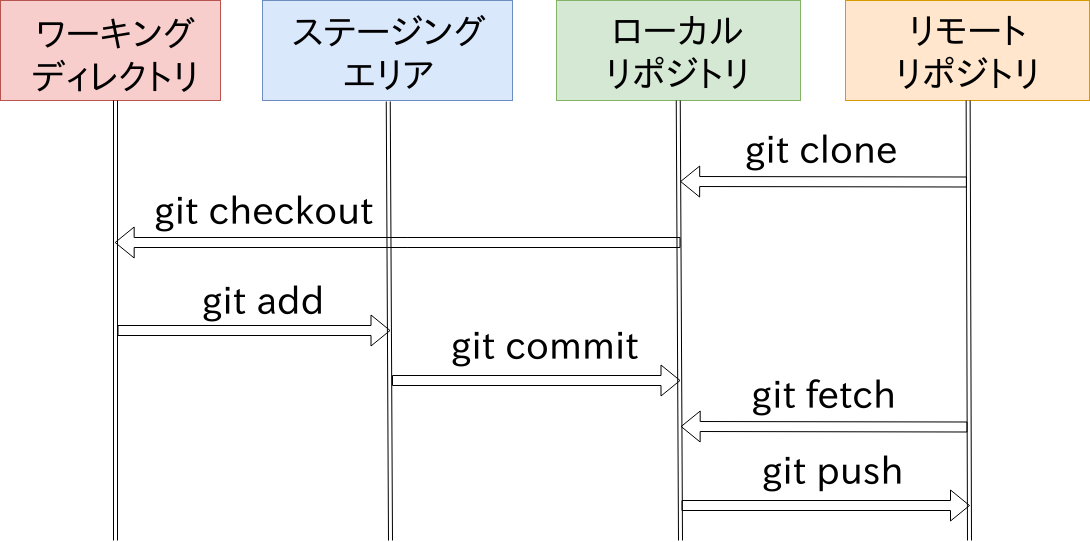
OriishiTakahiro/git-intro keeps this draw.io diagram as img/chap2/workflow.png. Above is the earlier version. Source tidied: cells renumbered, new cells last; positions are measured from the earlier drawing's top-left corner, leaving out a move shared by most shapes. Its diagram source:
```xml
<mxGraphModel>
  <root>
    <mxCell id="0" />
    <mxCell id="1" parent="0" />
    <mxCell id="2" style="rounded=0;whiteSpace=wrap;html=1;fillColor=#f8cecc;strokeColor=#b85450;" parent="1" vertex="1">
      <mxGeometry width="220" height="100" as="geometry" />
    </mxCell>
    <mxCell id="3" style="edgeStyle=none;shape=link;rounded=0;jettySize=auto;html=1;fontSize=13;" parent="1" edge="1" source="4">
      <mxGeometry relative="1" as="geometry">
        <mxPoint x="115" y="540" as="targetPoint" />
      </mxGeometry>
    </mxCell>
    <mxCell id="4" value="&lt;font style=&quot;font-size: 36px&quot;&gt;ワーキング&lt;br&gt;ディレクトリ&lt;/font&gt;" style="text;html=1;strokeColor=none;fillColor=none;align=center;verticalAlign=middle;whiteSpace=wrap;rounded=0;fontSize=13;" parent="1" vertex="1">
      <mxGeometry x="25" y="5" width="180" height="95" as="geometry" />
    </mxCell>
    <mxCell id="5" style="rounded=0;whiteSpace=wrap;html=1;fillColor=#dae8fc;strokeColor=#6c8ebf;" parent="1" vertex="1">
      <mxGeometry x="262" width="250" height="100" as="geometry" />
    </mxCell>
    <mxCell id="6" style="edgeStyle=none;shape=link;rounded=0;jettySize=auto;html=1;fontSize=13;" parent="1" edge="1" source="7">
      <mxGeometry relative="1" as="geometry">
        <mxPoint x="390" y="540" as="targetPoint" />
      </mxGeometry>
    </mxCell>
    <mxCell id="7" value="&lt;span style=&quot;font-size: 36px&quot;&gt;ステージング&lt;br&gt;エリア&lt;/span&gt;" style="text;html=1;strokeColor=none;fillColor=none;align=center;verticalAlign=middle;whiteSpace=wrap;rounded=0;fontSize=13;" parent="1" vertex="1">
      <mxGeometry x="281" width="213" height="101" as="geometry" />
    </mxCell>
    <mxCell id="8" style="rounded=0;whiteSpace=wrap;html=1;fillColor=#d5e8d4;strokeColor=#82b366;" parent="1" vertex="1">
      <mxGeometry x="556" width="244" height="100" as="geometry" />
    </mxCell>
    <mxCell id="9" style="edgeStyle=none;shape=link;rounded=0;jettySize=auto;html=1;fontSize=13;" parent="1" edge="1" source="11">
      <mxGeometry relative="1" as="geometry">
        <mxPoint x="680" y="540" as="targetPoint" />
      </mxGeometry>
    </mxCell>
    <mxCell id="10" style="edgeStyle=none;shape=flexArrow;rounded=0;orthogonalLoop=1;jettySize=auto;html=1;entryX=0.5;entryY=1;entryDx=0;entryDy=0;fontSize=13;" parent="1" edge="1">
      <mxGeometry relative="1" as="geometry">
        <mxPoint x="680" y="242" as="sourcePoint" />
        <mxPoint x="114.2" y="242" as="targetPoint" />
      </mxGeometry>
    </mxCell>
    <mxCell id="11" value="&lt;font style=&quot;font-size: 36px&quot;&gt;ローカル&lt;br&gt;リポジトリ&lt;/font&gt;" style="text;html=1;strokeColor=none;fillColor=none;align=center;verticalAlign=middle;whiteSpace=wrap;rounded=0;fontSize=13;" parent="1" vertex="1">
      <mxGeometry x="576" width="203" height="100" as="geometry" />
    </mxCell>
    <mxCell id="12" value="&lt;span style=&quot;font-size: 38px&quot;&gt;git checkout&lt;/span&gt;" style="text;html=1;strokeColor=none;fillColor=none;align=center;verticalAlign=middle;whiteSpace=wrap;rounded=0;fontSize=13;" parent="1" vertex="1">
      <mxGeometry x="147" y="182" width="230" height="56" as="geometry" />
    </mxCell>
    <mxCell id="13" style="edgeStyle=none;shape=flexArrow;rounded=0;orthogonalLoop=1;jettySize=auto;html=1;fontSize=13;" parent="1" edge="1">
      <mxGeometry relative="1" as="geometry">
        <mxPoint x="117" y="330" as="sourcePoint" />
        <mxPoint x="390" y="330" as="targetPoint" />
      </mxGeometry>
    </mxCell>
    <mxCell id="14" value="&lt;span style=&quot;font-size: 38px&quot;&gt;git add&lt;/span&gt;" style="text;html=1;strokeColor=none;fillColor=none;align=center;verticalAlign=middle;whiteSpace=wrap;rounded=0;fontSize=13;" parent="1" vertex="1">
      <mxGeometry x="177" y="271.5" width="170" height="57" as="geometry" />
    </mxCell>
    <mxCell id="15" style="edgeStyle=none;shape=flexArrow;rounded=0;orthogonalLoop=1;jettySize=auto;html=1;fontSize=13;" parent="1" edge="1">
      <mxGeometry relative="1" as="geometry">
        <mxPoint x="391.5" y="380" as="sourcePoint" />
        <mxPoint x="680" y="380" as="targetPoint" />
      </mxGeometry>
    </mxCell>
    <mxCell id="16" value="&lt;span style=&quot;font-size: 38px&quot;&gt;git commit&lt;/span&gt;" style="text;html=1;strokeColor=none;fillColor=none;align=center;verticalAlign=middle;whiteSpace=wrap;rounded=0;fontSize=13;" parent="1" vertex="1">
      <mxGeometry x="440" y="320" width="209" height="50" as="geometry" />
    </mxCell>
    <mxCell id="17" style="rounded=0;whiteSpace=wrap;html=1;fillColor=#ffe6cc;strokeColor=#d79b00;" parent="1" vertex="1">
      <mxGeometry x="845" width="244" height="100" as="geometry" />
    </mxCell>
    <mxCell id="18" style="edgeStyle=none;shape=link;rounded=0;jettySize=auto;html=1;fontSize=13;" parent="1" edge="1" source="19">
      <mxGeometry relative="1" as="geometry">
        <mxPoint x="969" y="540" as="targetPoint" />
      </mxGeometry>
    </mxCell>
    <mxCell id="19" value="&lt;span style=&quot;font-size: 36px&quot;&gt;リモート&lt;br&gt;リポジトリ&lt;br&gt;&lt;/span&gt;" style="text;html=1;strokeColor=none;fillColor=none;align=center;verticalAlign=middle;whiteSpace=wrap;rounded=0;fontSize=13;" parent="1" vertex="1">
      <mxGeometry x="866" width="203" height="100" as="geometry" />
    </mxCell>
    <mxCell id="20" style="edgeStyle=none;shape=flexArrow;rounded=0;orthogonalLoop=1;jettySize=auto;html=1;entryX=0.5;entryY=1;entryDx=0;entryDy=0;fontSize=13;" parent="1" edge="1">
      <mxGeometry relative="1" as="geometry">
        <mxPoint x="966.5" y="181.5" as="sourcePoint" />
        <mxPoint x="679.7" y="181" as="targetPoint" />
      </mxGeometry>
    </mxCell>
    <mxCell id="21" value="&lt;span style=&quot;font-size: 38px&quot;&gt;git clone&lt;/span&gt;" style="text;html=1;strokeColor=none;fillColor=none;align=center;verticalAlign=middle;whiteSpace=wrap;rounded=0;fontSize=13;" parent="1" vertex="1">
      <mxGeometry x="705" y="121" width="230" height="56" as="geometry" />
    </mxCell>
    <mxCell id="22" style="edgeStyle=none;shape=flexArrow;rounded=0;orthogonalLoop=1;jettySize=auto;html=1;entryX=0.5;entryY=1;entryDx=0;entryDy=0;fontSize=13;" parent="1" edge="1">
      <mxGeometry relative="1" as="geometry">
        <mxPoint x="967" y="426.5" as="sourcePoint" />
        <mxPoint x="680.2" y="426" as="targetPoint" />
      </mxGeometry>
    </mxCell>
    <mxCell id="23" value="&lt;span style=&quot;font-size: 38px&quot;&gt;git fetch&lt;/span&gt;" style="text;html=1;strokeColor=none;fillColor=none;align=center;verticalAlign=middle;whiteSpace=wrap;rounded=0;fontSize=13;" parent="1" vertex="1">
      <mxGeometry x="707.5" y="366" width="230" height="56" as="geometry" />
    </mxCell>
    <mxCell id="24" style="edgeStyle=none;shape=flexArrow;rounded=0;orthogonalLoop=1;jettySize=auto;html=1;fontSize=13;" parent="1" edge="1">
      <mxGeometry relative="1" as="geometry">
        <mxPoint x="681" y="505" as="sourcePoint" />
        <mxPoint x="969.5" y="505" as="targetPoint" />
      </mxGeometry>
    </mxCell>
    <mxCell id="25" value="&lt;span style=&quot;font-size: 38px&quot;&gt;git push&lt;/span&gt;" style="text;html=1;strokeColor=none;fillColor=none;align=center;verticalAlign=middle;whiteSpace=wrap;rounded=0;fontSize=13;" parent="1" vertex="1">
      <mxGeometry x="727.5" y="445" width="209" height="50" as="geometry" />
    </mxCell>
  </root>
</mxGraphModel>
```
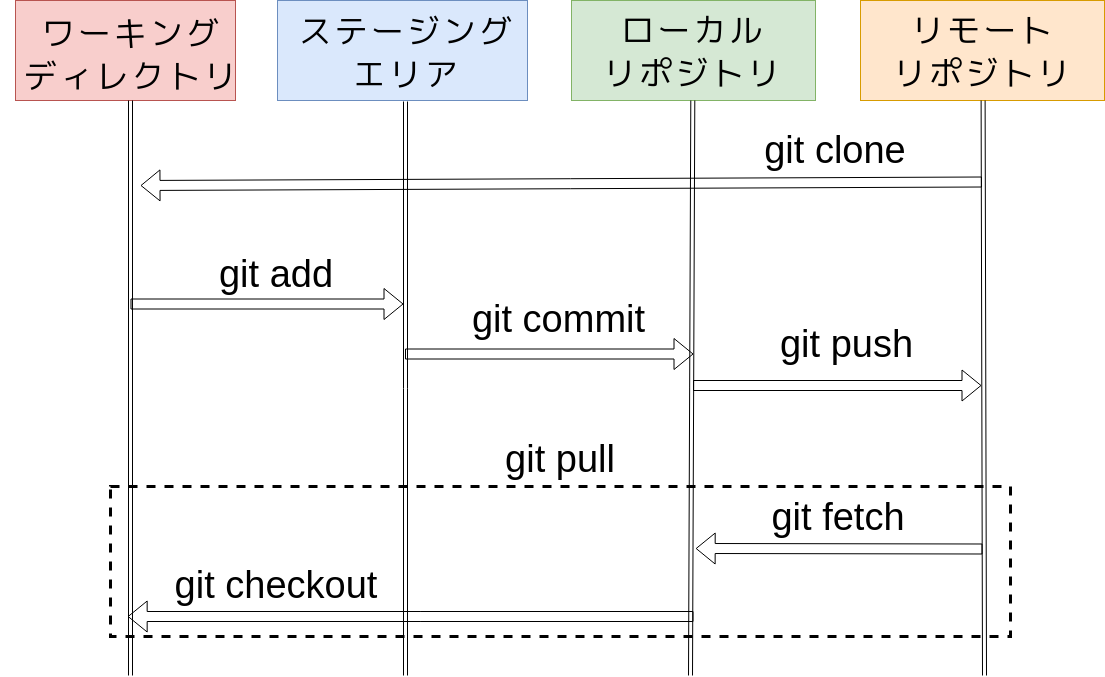
After the commit.

What changed in the source:
```diff
@@ -2,81 +2,84 @@
   <root>
     <mxCell id="0" />
     <mxCell id="1" parent="0" />
+    <mxCell id="26" style="rounded=0;whiteSpace=wrap;html=1;dashed=1;fillColor=none;strokeWidth=3;" parent="1" vertex="1">
+      <mxGeometry x="95" y="486" width="900" height="150" as="geometry" />
+    </mxCell>
     <mxCell id="2" style="rounded=0;whiteSpace=wrap;html=1;fillColor=#f8cecc;strokeColor=#b85450;" parent="1" vertex="1">
       <mxGeometry width="220" height="100" as="geometry" />
     </mxCell>
     <mxCell id="3" style="edgeStyle=none;shape=link;rounded=0;jettySize=auto;html=1;fontSize=13;" parent="1" edge="1" source="4">
       <mxGeometry relative="1" as="geometry">
-        <mxPoint x="115" y="540" as="targetPoint" />
+        <mxPoint x="115" y="675" as="targetPoint" />
       </mxGeometry>
     </mxCell>
     <mxCell id="4" value="&lt;font style=&quot;font-size: 36px&quot;&gt;ワーキング&lt;br&gt;ディレクトリ&lt;/font&gt;" style="text;html=1;strokeColor=none;fillColor=none;align=center;verticalAlign=middle;whiteSpace=wrap;rounded=0;fontSize=13;" parent="1" vertex="1">
-      <mxGeometry x="25" y="5" width="180" height="95" as="geometry" />
+      <mxGeometry x="-15" y="5" width="260" height="95" as="geometry" />
     </mxCell>
     <mxCell id="5" style="rounded=0;whiteSpace=wrap;html=1;fillColor=#dae8fc;strokeColor=#6c8ebf;" parent="1" vertex="1">
       <mxGeometry x="262" width="250" height="100" as="geometry" />
     </mxCell>
     <mxCell id="6" style="edgeStyle=none;shape=link;rounded=0;jettySize=auto;html=1;fontSize=13;" parent="1" edge="1" source="7">
       <mxGeometry relative="1" as="geometry">
-        <mxPoint x="390" y="540" as="targetPoint" />
+        <mxPoint x="390" y="675" as="targetPoint" />
       </mxGeometry>
     </mxCell>
     <mxCell id="7" value="&lt;span style=&quot;font-size: 36px&quot;&gt;ステージング&lt;br&gt;エリア&lt;/span&gt;" style="text;html=1;strokeColor=none;fillColor=none;align=center;verticalAlign=middle;whiteSpace=wrap;rounded=0;fontSize=13;" parent="1" vertex="1">
-      <mxGeometry x="281" width="213" height="101" as="geometry" />
+      <mxGeometry x="275" width="230" height="101" as="geometry" />
     </mxCell>
     <mxCell id="8" style="rounded=0;whiteSpace=wrap;html=1;fillColor=#d5e8d4;strokeColor=#82b366;" parent="1" vertex="1">
       <mxGeometry x="556" width="244" height="100" as="geometry" />
     </mxCell>
     <mxCell id="9" style="edgeStyle=none;shape=link;rounded=0;jettySize=auto;html=1;fontSize=13;" parent="1" edge="1" source="11">
       <mxGeometry relative="1" as="geometry">
-        <mxPoint x="680" y="540" as="targetPoint" />
+        <mxPoint x="675" y="675" as="targetPoint" />
       </mxGeometry>
     </mxCell>
     <mxCell id="10" style="edgeStyle=none;shape=flexArrow;rounded=0;orthogonalLoop=1;jettySize=auto;html=1;entryX=0.5;entryY=1;entryDx=0;entryDy=0;fontSize=13;" parent="1" edge="1">
       <mxGeometry relative="1" as="geometry">
-        <mxPoint x="680" y="242" as="sourcePoint" />
-        <mxPoint x="114.2" y="242" as="targetPoint" />
+        <mxPoint x="678" y="616" as="sourcePoint" />
+        <mxPoint x="112.2" y="616" as="targetPoint" />
       </mxGeometry>
     </mxCell>
     <mxCell id="11" value="&lt;font style=&quot;font-size: 36px&quot;&gt;ローカル&lt;br&gt;リポジトリ&lt;/font&gt;" style="text;html=1;strokeColor=none;fillColor=none;align=center;verticalAlign=middle;whiteSpace=wrap;rounded=0;fontSize=13;" parent="1" vertex="1">
       <mxGeometry x="576" width="203" height="100" as="geometry" />
     </mxCell>
     <mxCell id="12" value="&lt;span style=&quot;font-size: 38px&quot;&gt;git checkout&lt;/span&gt;" style="text;html=1;strokeColor=none;fillColor=none;align=center;verticalAlign=middle;whiteSpace=wrap;rounded=0;fontSize=13;" parent="1" vertex="1">
-      <mxGeometry x="147" y="182" width="230" height="56" as="geometry" />
+      <mxGeometry x="145" y="556" width="230" height="56" as="geometry" />
     </mxCell>
     <mxCell id="13" style="edgeStyle=none;shape=flexArrow;rounded=0;orthogonalLoop=1;jettySize=auto;html=1;fontSize=13;" parent="1" edge="1">
       <mxGeometry relative="1" as="geometry">
-        <mxPoint x="117" y="330" as="sourcePoint" />
-        <mxPoint x="390" y="330" as="targetPoint" />
+        <mxPoint x="115" y="303.5" as="sourcePoint" />
+        <mxPoint x="388" y="303.5" as="targetPoint" />
       </mxGeometry>
     </mxCell>
     <mxCell id="14" value="&lt;span style=&quot;font-size: 38px&quot;&gt;git add&lt;/span&gt;" style="text;html=1;strokeColor=none;fillColor=none;align=center;verticalAlign=middle;whiteSpace=wrap;rounded=0;fontSize=13;" parent="1" vertex="1">
-      <mxGeometry x="177" y="271.5" width="170" height="57" as="geometry" />
+      <mxGeometry x="175" y="245" width="170" height="57" as="geometry" />
     </mxCell>
     <mxCell id="15" style="edgeStyle=none;shape=flexArrow;rounded=0;orthogonalLoop=1;jettySize=auto;html=1;fontSize=13;" parent="1" edge="1">
       <mxGeometry relative="1" as="geometry">
-        <mxPoint x="391.5" y="380" as="sourcePoint" />
-        <mxPoint x="680" y="380" as="targetPoint" />
+        <mxPoint x="389.5" y="353.5" as="sourcePoint" />
+        <mxPoint x="678" y="353.5" as="targetPoint" />
       </mxGeometry>
     </mxCell>
     <mxCell id="16" value="&lt;span style=&quot;font-size: 38px&quot;&gt;git commit&lt;/span&gt;" style="text;html=1;strokeColor=none;fillColor=none;align=center;verticalAlign=middle;whiteSpace=wrap;rounded=0;fontSize=13;" parent="1" vertex="1">
-      <mxGeometry x="440" y="320" width="209" height="50" as="geometry" />
+      <mxGeometry x="438" y="293.5" width="209" height="50" as="geometry" />
     </mxCell>
     <mxCell id="17" style="rounded=0;whiteSpace=wrap;html=1;fillColor=#ffe6cc;strokeColor=#d79b00;" parent="1" vertex="1">
       <mxGeometry x="845" width="244" height="100" as="geometry" />
     </mxCell>
     <mxCell id="18" style="edgeStyle=none;shape=link;rounded=0;jettySize=auto;html=1;fontSize=13;" parent="1" edge="1" source="19">
       <mxGeometry relative="1" as="geometry">
-        <mxPoint x="969" y="540" as="targetPoint" />
+        <mxPoint x="969" y="675" as="targetPoint" />
       </mxGeometry>
     </mxCell>
     <mxCell id="19" value="&lt;span style=&quot;font-size: 36px&quot;&gt;リモート&lt;br&gt;リポジトリ&lt;br&gt;&lt;/span&gt;" style="text;html=1;strokeColor=none;fillColor=none;align=center;verticalAlign=middle;whiteSpace=wrap;rounded=0;fontSize=13;" parent="1" vertex="1">
       <mxGeometry x="866" width="203" height="100" as="geometry" />
     </mxCell>
-    <mxCell id="20" style="edgeStyle=none;shape=flexArrow;rounded=0;orthogonalLoop=1;jettySize=auto;html=1;entryX=0.5;entryY=1;entryDx=0;entryDy=0;fontSize=13;" parent="1" edge="1">
+    <mxCell id="20" style="edgeStyle=none;shape=flexArrow;rounded=0;orthogonalLoop=1;jettySize=auto;html=1;fontSize=13;" parent="1" edge="1">
       <mxGeometry relative="1" as="geometry">
         <mxPoint x="966.5" y="181.5" as="sourcePoint" />
-        <mxPoint x="679.7" y="181" as="targetPoint" />
+        <mxPoint x="125" y="185" as="targetPoint" />
       </mxGeometry>
     </mxCell>
     <mxCell id="21" value="&lt;span style=&quot;font-size: 38px&quot;&gt;git clone&lt;/span&gt;" style="text;html=1;strokeColor=none;fillColor=none;align=center;verticalAlign=middle;whiteSpace=wrap;rounded=0;fontSize=13;" parent="1" vertex="1">
@@ -84,21 +87,24 @@
     </mxCell>
     <mxCell id="22" style="edgeStyle=none;shape=flexArrow;rounded=0;orthogonalLoop=1;jettySize=auto;html=1;entryX=0.5;entryY=1;entryDx=0;entryDy=0;fontSize=13;" parent="1" edge="1">
       <mxGeometry relative="1" as="geometry">
-        <mxPoint x="967" y="426.5" as="sourcePoint" />
-        <mxPoint x="680.2" y="426" as="targetPoint" />
+        <mxPoint x="967" y="548.5" as="sourcePoint" />
+        <mxPoint x="680.2" y="548" as="targetPoint" />
       </mxGeometry>
     </mxCell>
     <mxCell id="23" value="&lt;span style=&quot;font-size: 38px&quot;&gt;git fetch&lt;/span&gt;" style="text;html=1;strokeColor=none;fillColor=none;align=center;verticalAlign=middle;whiteSpace=wrap;rounded=0;fontSize=13;" parent="1" vertex="1">
-      <mxGeometry x="707.5" y="366" width="230" height="56" as="geometry" />
+      <mxGeometry x="707.5" y="488" width="230" height="56" as="geometry" />
     </mxCell>
     <mxCell id="24" style="edgeStyle=none;shape=flexArrow;rounded=0;orthogonalLoop=1;jettySize=auto;html=1;fontSize=13;" parent="1" edge="1">
       <mxGeometry relative="1" as="geometry">
-        <mxPoint x="681" y="505" as="sourcePoint" />
-        <mxPoint x="969.5" y="505" as="targetPoint" />
+        <mxPoint x="677.5" y="385" as="sourcePoint" />
+        <mxPoint x="966" y="385" as="targetPoint" />
       </mxGeometry>
     </mxCell>
     <mxCell id="25" value="&lt;span style=&quot;font-size: 38px&quot;&gt;git push&lt;/span&gt;" style="text;html=1;strokeColor=none;fillColor=none;align=center;verticalAlign=middle;whiteSpace=wrap;rounded=0;fontSize=13;" parent="1" vertex="1">
-      <mxGeometry x="727.5" y="445" width="209" height="50" as="geometry" />
+      <mxGeometry x="726" y="318" width="209" height="50" as="geometry" />
     </mxCell>
+    <mxCell id="27" value="&lt;span style=&quot;font-size: 38px&quot;&gt;git pull&lt;/span&gt;" style="text;html=1;strokeColor=none;fillColor=none;align=center;verticalAlign=middle;whiteSpace=wrap;rounded=0;fontSize=13;" parent="1" vertex="1">
+      <mxGeometry x="430" y="430" width="230" height="56" as="geometry" />
+    </mxCell>
   </root>
 </mxGraphModel>
```
